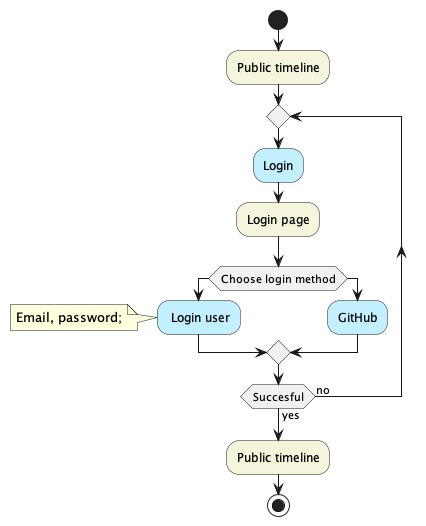
Earlier version of the PlantUML export docs/images/Login.png (ITU-BDSA23-GROUP1/Chirp).
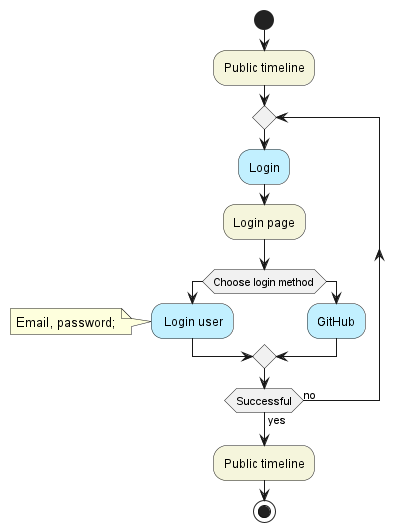
The same file after the commit.

What changed in the source:
```diff
@@ -1,4 +1,4 @@
-@startuml
+@startuml Login
 start
 #beige:Public timeline;
 repeat
@@ -10,7 +10,7 @@
     else
         #APPLICATION:GitHub;
     endif
-repeat while (Succesful) is (no) not (yes)
+repeat while (Successful) is (no) not (yes)
 #beige:Public timeline;
 stop
 @enduml
```
